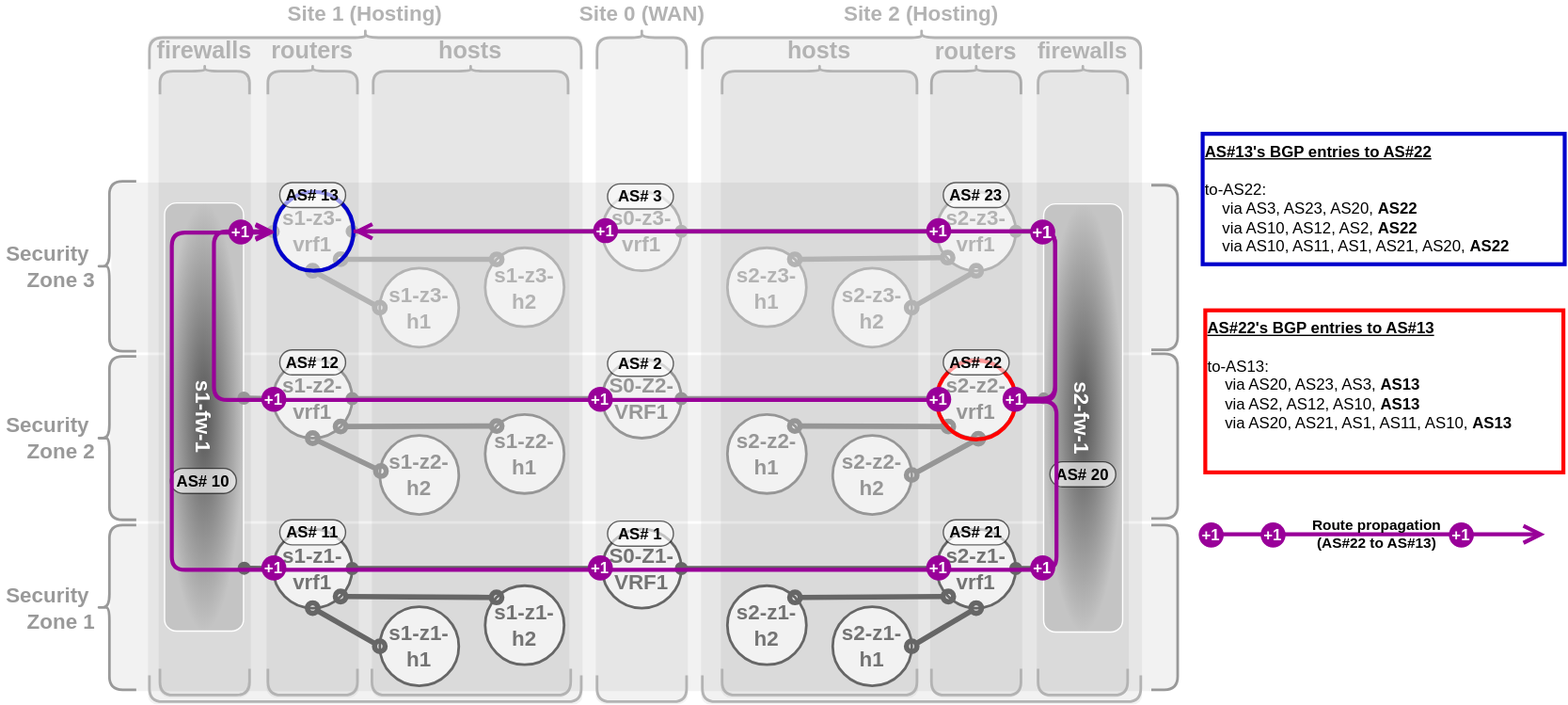
This is pages/1/3(ecmp-symmetric)/casestudy-2b.drawio.svg from menckend/alpha, a draw.io export, as it was before one commit. Source tidied: cells renumbered, new cells last; positions are measured from the earlier drawing's top-left corner, leaving out a move shared by most shapes.
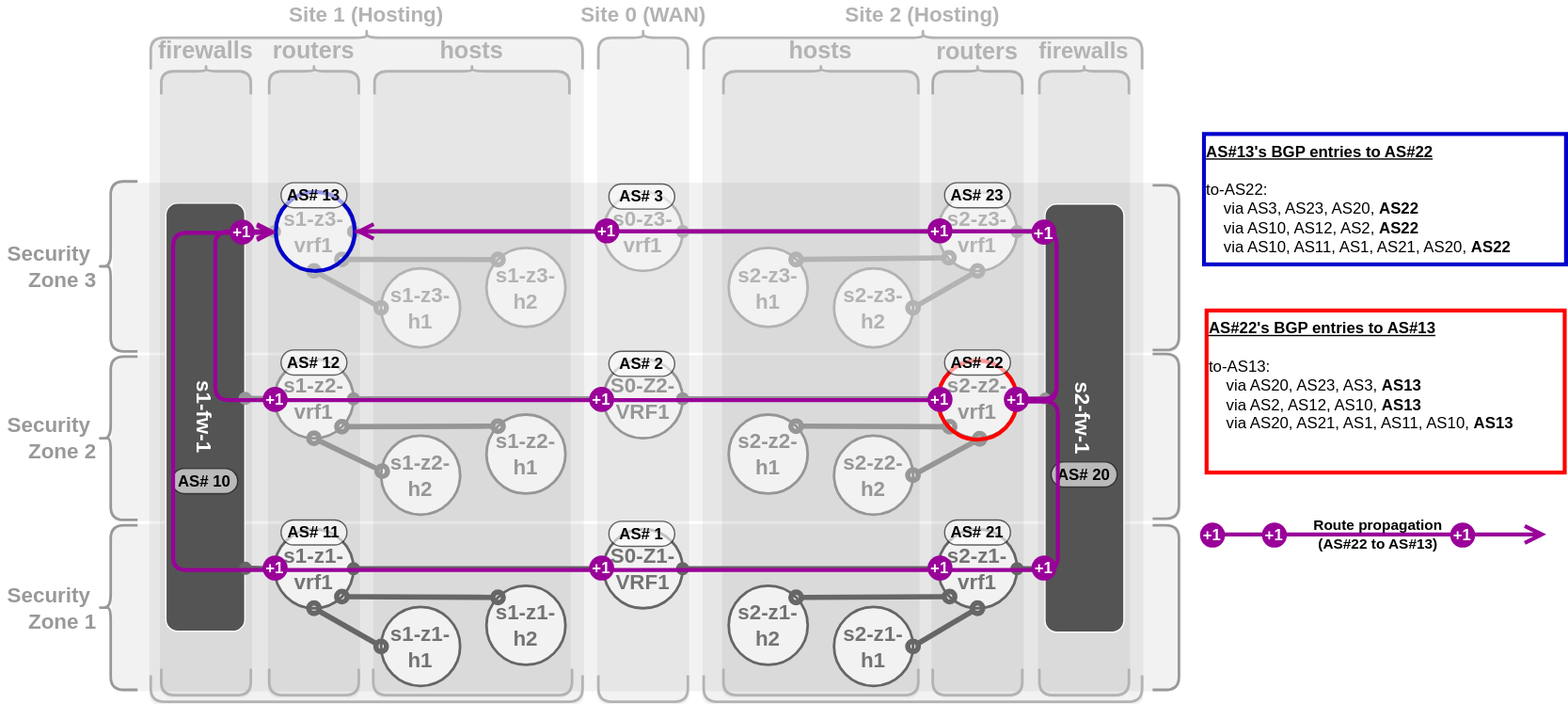
After the change.

What changed in the source:
```diff
@@ -221,7 +221,7 @@
     <mxCell id="74" style="endArrow=oval;startArrow=oval;html=1;strokeWidth=4;strokeColor=#666666;startFill=1;endFill=1;fontSize=18;fontStyle=1;entryX=0;entryY=0.5;entryDx=0;entryDy=0;exitX=1;exitY=0.5;exitDx=0;exitDy=0;" parent="1" edge="1" source="30" target="22">
       <mxGeometry relative="1" as="geometry" />
     </mxCell>
-    <mxCell id="75" value="s1-fw-1" style="rounded=1;whiteSpace=wrap;html=1;gradientColor=#C4C4C4;fillColor=#545454;strokeColor=#FFFFFF;fontColor=#FFFFFF;fontSize=16;fontStyle=1;gradientDirection=radial;rotation=90;" parent="1" vertex="1">
+    <mxCell id="75" value="s1-fw-1" style="rounded=1;whiteSpace=wrap;html=1;gradientColor=none;fillColor=#545454;strokeColor=#FFFFFF;fontColor=#FFFFFF;fontSize=16;fontStyle=1;gradientDirection=radial;rotation=90;" parent="1" vertex="1">
       <mxGeometry y="264" width="325" height="60" as="geometry" />
     </mxCell>
     <mxCell id="76" style="endArrow=oval;startArrow=oval;html=1;strokeWidth=4;strokeColor=#666666;startFill=1;endFill=1;fontSize=18;fontStyle=1;entryX=0.853;entryY=-0.008;entryDx=0;entryDy=0;entryPerimeter=0;" parent="1" edge="1" source="35" target="75">
@@ -230,7 +230,7 @@
     <mxCell id="77" style="endArrow=oval;startArrow=oval;html=1;strokeWidth=4;strokeColor=#969696;startFill=1;endFill=1;fontSize=18;fontStyle=1;exitX=0;exitY=0.5;exitDx=0;exitDy=0;entryX=0.456;entryY=-0.004;entryDx=0;entryDy=0;entryPerimeter=0;" parent="1" edge="1" source="34" target="75">
       <mxGeometry relative="1" as="geometry" />
     </mxCell>
-    <mxCell id="78" value="s2-fw-1" style="rounded=1;whiteSpace=wrap;html=1;gradientColor=#C4C4C4;fillColor=#545454;strokeColor=#FFFFFF;fontColor=#FFFFFF;fontSize=16;fontStyle=1;gradientDirection=radial;rotation=90;" parent="1" vertex="1">
+    <mxCell id="78" value="s2-fw-1" style="rounded=1;whiteSpace=wrap;html=1;gradientColor=none;fillColor=#545454;strokeColor=#FFFFFF;fontColor=#FFFFFF;fontSize=16;fontStyle=1;gradientDirection=radial;rotation=90;" parent="1" vertex="1">
       <mxGeometry x="667.7" y="264.7" width="325" height="60" as="geometry" />
     </mxCell>
     <mxCell id="79" style="endArrow=oval;startArrow=oval;html=1;strokeWidth=3;strokeColor=#969696;startFill=1;endFill=1;fontSize=18;fontStyle=1;exitX=1;exitY=0.5;exitDx=0;exitDy=0;entryX=0.454;entryY=0.999;entryDx=0;entryDy=0;entryPerimeter=0;" parent="1" edge="1" source="21" target="78">
```
